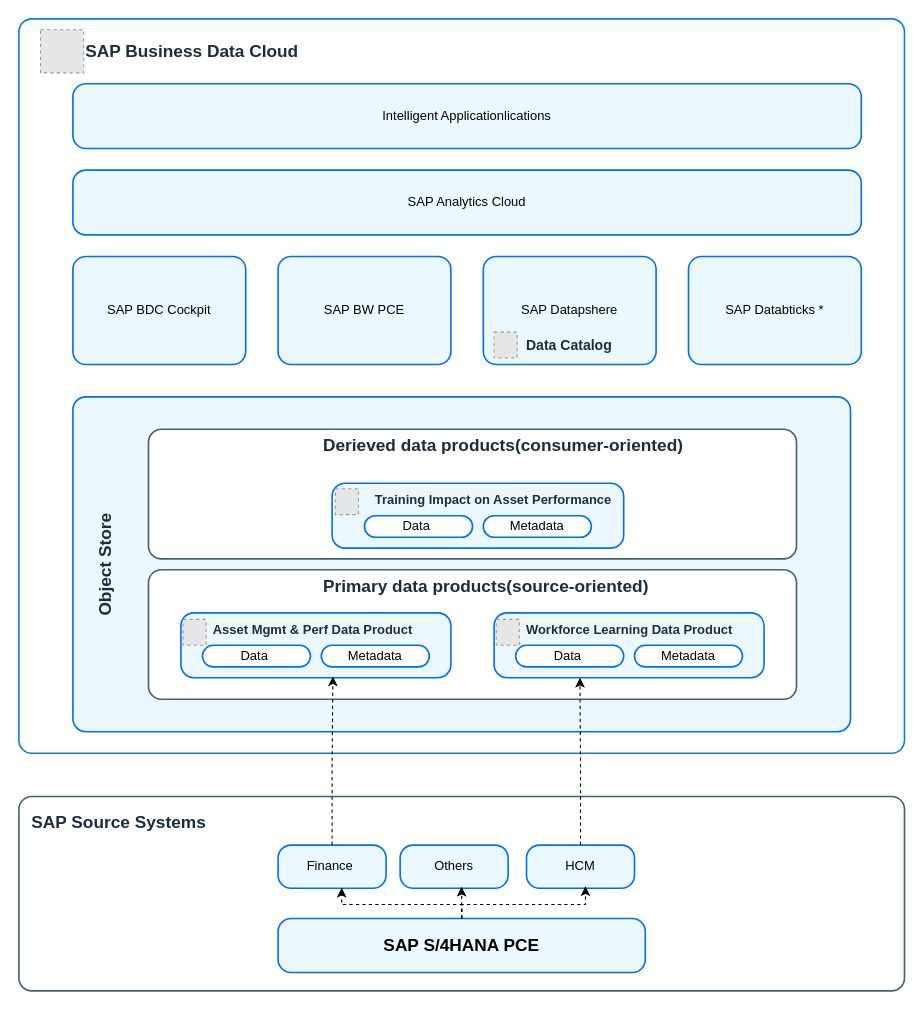
This is page "Page-1" (1 of 2) of docs/ref-arch/RA0013/1-data-products-in-sap-business-data-cloud/drawio/bdc-dataproduct1.drawio from SAP/architecture-center, a draw.io file, before an edit. Source tidied: cells renumbered, new cells numbered last; positions are measured from the earlier drawing's top-left corner, leaving out a move shared by most shapes. Both pictures are drawn from the tidied source at 108%, with x=0, y=0 at pixel (18, 18). Pictures stored in the file or linked from it are replaced by grey dashed boxes.
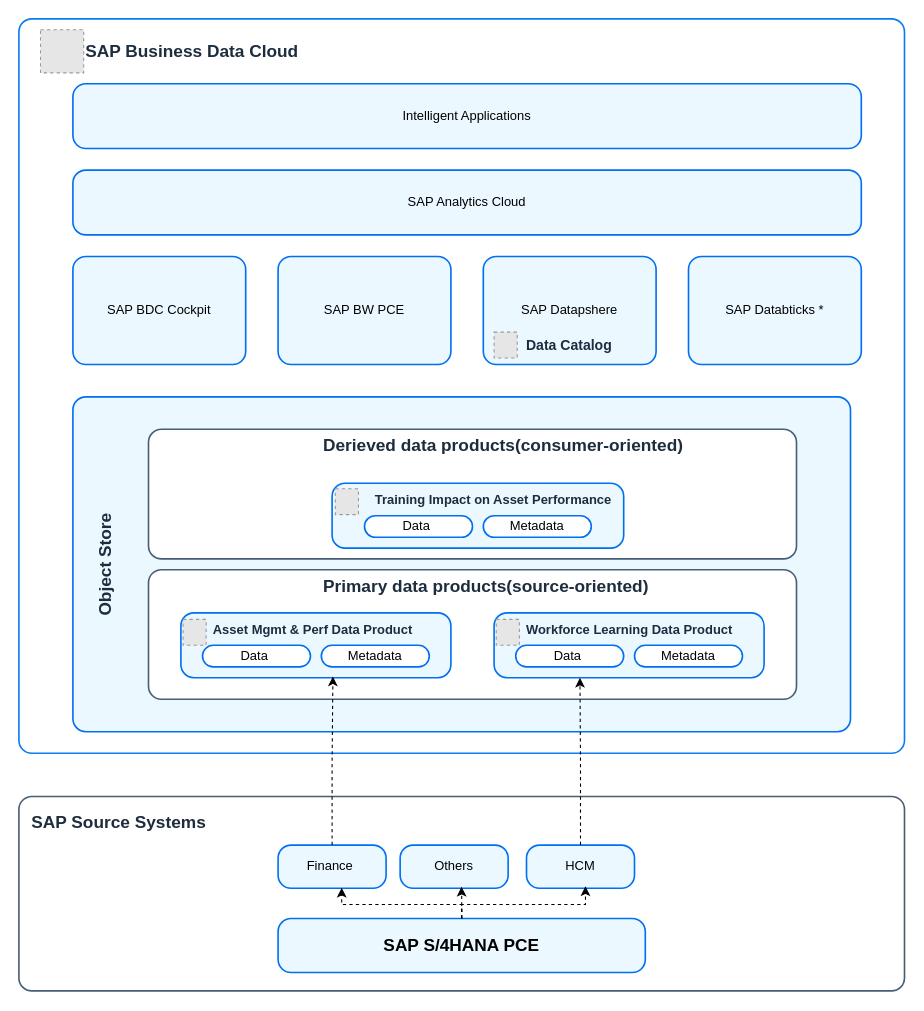
The same page after the edit.

Commit message (it also covers changes not shown here):
Fix typos and update references in documentation and diagrams related to SAP BDC and Intelligent Applications

Diff of the diagram source:
```diff
@@
-    <mxCell id="43" value="Intelligent Applicationlications" style="rounded=1;whiteSpace=wrap;html=1;strokeColor=#0070F2;fillColor=#EBF8FF;arcSize=24;absoluteArcSize=1;imageWidth=64;imageHeight=64;strokeWidth=1.5;" parent="1" vertex="1">
+    <mxCell id="43" value="Intelligent Applications" style="rounded=1;whiteSpace=wrap;html=1;strokeColor=#0070F2;fillColor=#EBF8FF;arcSize=24;absoluteArcSize=1;imageWidth=64;imageHeight=64;strokeWidth=1.5;" parent="1" vertex="1">
       <mxGeometry x="50" y="60" width="730" height="60" as="geometry" />
     </mxCell>
```
